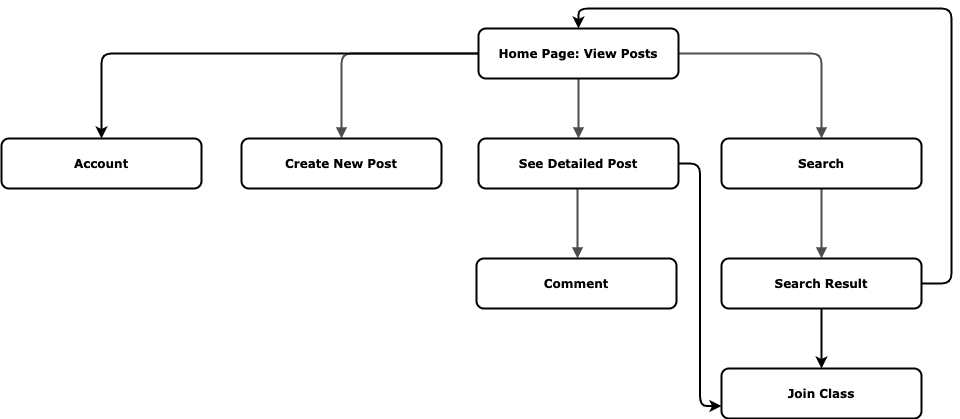
software-assignments-fall2021/user-experience-design-linkednyu keeps this draw.io diagram as ux-design/images/AppMap.png. Above is the earlier version. Source tidied: cells renumbered, new cells last; positions are measured from the earlier drawing's top-left corner, leaving out a move shared by most shapes.
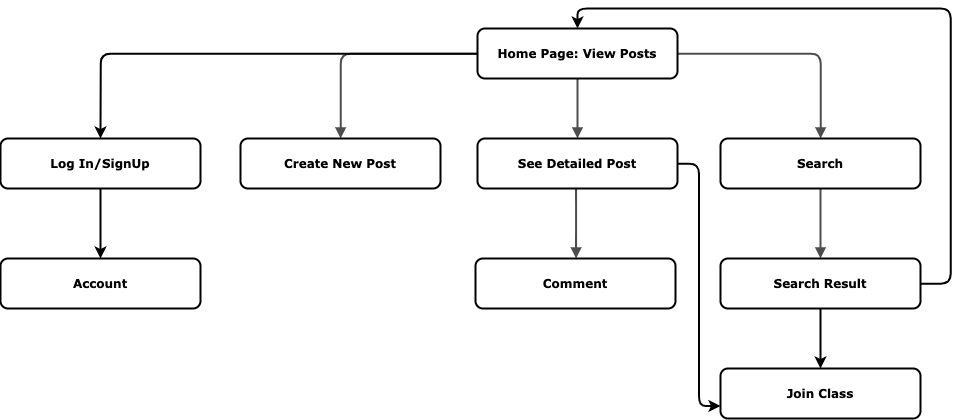
The same file after the commit.

Commit message:
updated app map

What changed in the source:
```diff
@@ -17,6 +17,12 @@
     <mxCell id="6" style="edgeStyle=orthogonalEdgeStyle;rounded=1;html=1;labelBackgroundColor=none;endArrow=block;endFill=1;strokeColor=#4D4D4D;strokeWidth=2;fontFamily=Verdana;fontSize=12;fontStyle=1;" parent="1" edge="1" source="13" target="16">
       <mxGeometry relative="1" as="geometry" />
     </mxCell>
+    <mxCell id="19" style="edgeStyle=orthogonalEdgeStyle;rounded=1;jettySize=auto;html=1;entryX=0.5;entryY=0;entryDx=0;entryDy=0;strokeWidth=2;" parent="1" edge="1" source="20" target="18">
+      <mxGeometry relative="1" as="geometry" />
+    </mxCell>
+    <mxCell id="20" value="Log In/SignUp" style="whiteSpace=wrap;html=1;rounded=1;shadow=0;comic=0;strokeWidth=2;fontFamily=Verdana;align=center;fontSize=12;fontStyle=1;" parent="1" vertex="1">
+      <mxGeometry y="130" width="200" height="50" as="geometry" />
+    </mxCell>
     <mxCell id="7" style="edgeStyle=orthogonalEdgeStyle;rounded=1;jettySize=auto;html=1;entryX=0;entryY=0.75;entryDx=0;entryDy=0;strokeWidth=2;" parent="1" edge="1" source="8" target="17">
       <mxGeometry relative="1" as="geometry" />
     </mxCell>
@@ -29,11 +35,9 @@
     <mxCell id="10" value="Create New Post" style="whiteSpace=wrap;html=1;rounded=1;shadow=0;comic=0;strokeWidth=2;fontFamily=Verdana;align=center;fontSize=12;fontStyle=1;" parent="1" vertex="1">
       <mxGeometry x="240" y="130" width="200" height="50" as="geometry" />
     </mxCell>
-    <mxCell id="11" style="edgeStyle=orthogonalEdgeStyle;rounded=1;jettySize=auto;html=1;entryX=0.5;entryY=0;entryDx=0;entryDy=0;strokeWidth=2;" parent="1" edge="1" source="12">
-      <mxGeometry relative="1" as="geometry">
-        <mxPoint x="100" y="130" as="targetPoint" />
-      </mxGeometry>
-    </mxCell>
+    <mxCell id="21" style="edgeStyle=orthogonalEdgeStyle;rounded=1;jettySize=auto;html=1;entryX=0.5;entryY=0;entryDx=0;entryDy=0;strokeWidth=2;" parent="1" edge="1" source="12" target="20">
+      <mxGeometry relative="1" as="geometry" />
+    </mxCell>
     <mxCell id="12" value="Home Page: View Posts" style="whiteSpace=wrap;html=1;rounded=1;shadow=0;comic=0;strokeWidth=2;fontFamily=Verdana;align=center;fontSize=12;fontStyle=1;" parent="1" vertex="1">
       <mxGeometry x="477" y="20" width="200" height="50" as="geometry" />
     </mxCell>
@@ -59,7 +63,7 @@
       <mxGeometry x="720" y="360" width="200" height="50" as="geometry" />
     </mxCell>
     <mxCell id="18" value="Account" style="whiteSpace=wrap;html=1;rounded=1;shadow=0;comic=0;strokeWidth=2;fontFamily=Verdana;align=center;fontSize=12;fontStyle=1;" parent="1" vertex="1">
-      <mxGeometry y="130" width="200" height="50" as="geometry" />
+      <mxGeometry y="250" width="200" height="50" as="geometry" />
     </mxCell>
   </root>
 </mxGraphModel>
```
